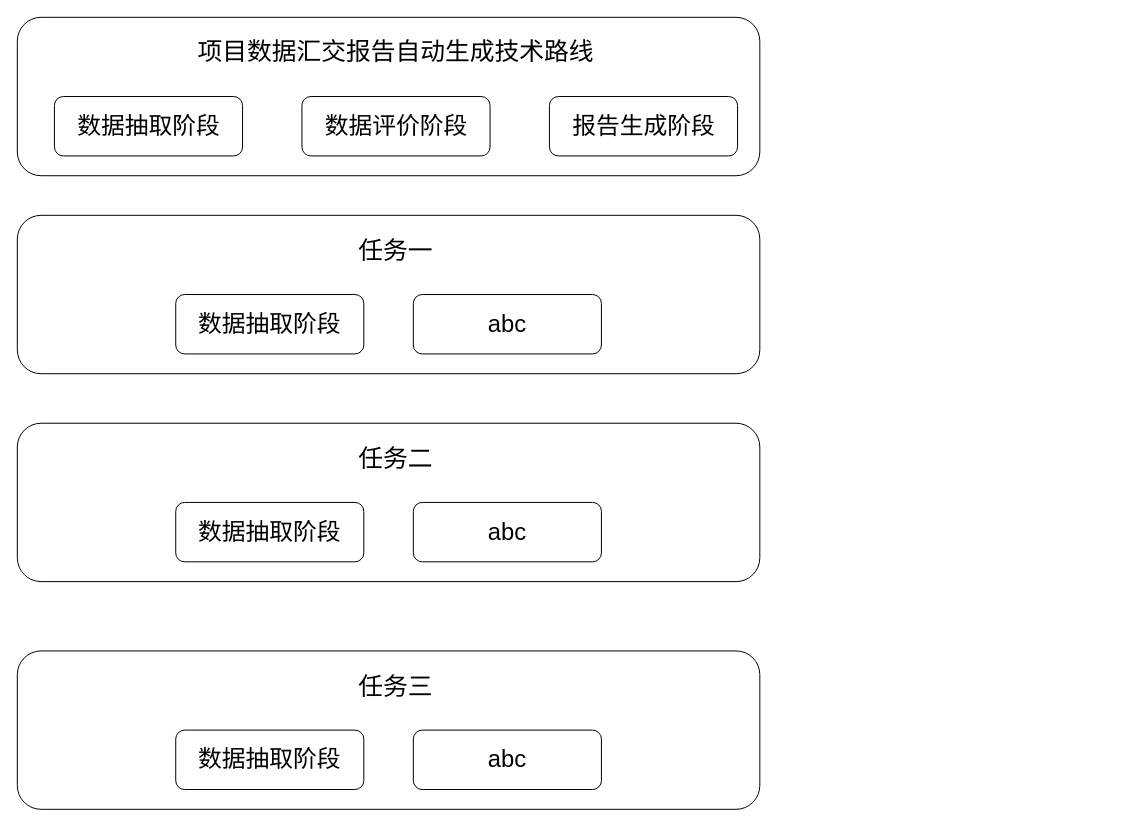
The draw.io diagram data_huijiao.drawio in lengyueit/paper_pic, before the edit. Source tidied: cells renumbered, new cells numbered last; positions are measured from the earlier drawing's top-left corner, leaving out a move shared by most shapes. Both pictures are drawn from the tidied source at 99%, with x=0, y=0 at pixel (17, 17).
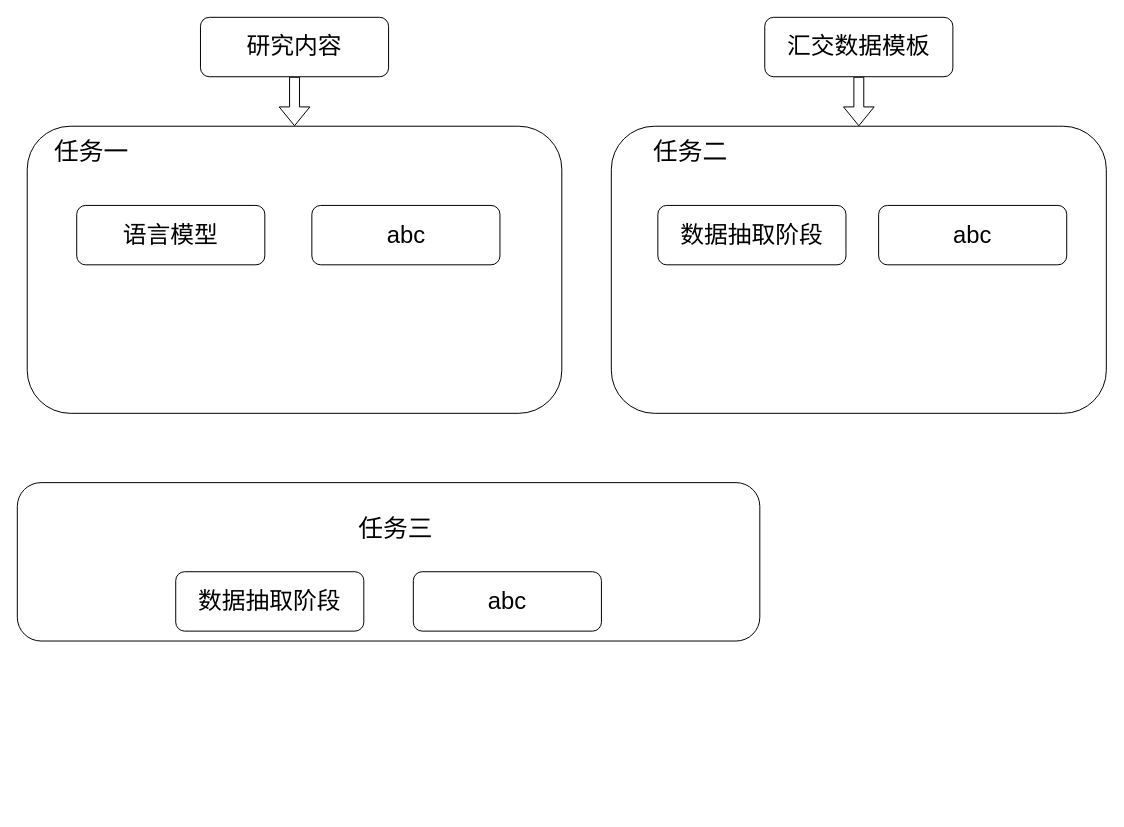
After the change.

Change to the diagram source:
```diff
@@
 <mxGraphModel>
   <root>
     <mxCell id="0" />
     <mxCell id="1" parent="0" />
-    <mxCell id="2" style="rounded=1;whiteSpace=wrap;html=1;" parent="1" vertex="1">
-      <mxGeometry width="750" height="160" as="geometry" />
-    </mxCell>
-    <mxCell id="3" value="&lt;p style=&quot;margin: 0pt 0pt 0.0001pt; text-align: justify;&quot; class=&quot;MsoNormal&quot;&gt;&lt;font face=&quot;Times New Roman&quot; style=&quot;font-size: 24px;&quot;&gt;数据抽取阶段&lt;/font&gt;&lt;/p&gt;" style="rounded=1;whiteSpace=wrap;html=1;" parent="1" vertex="1">
-      <mxGeometry x="37.5" y="80" width="190" height="60" as="geometry" />
-    </mxCell>
-    <mxCell id="4" value="&lt;p style=&quot;margin: 0pt 0pt 0.0001pt; text-align: justify;&quot; class=&quot;MsoNormal&quot;&gt;&lt;font face=&quot;Times New Roman&quot; style=&quot;font-size: 24px;&quot;&gt;数据评价阶段&lt;/font&gt;&lt;/p&gt;" style="rounded=1;whiteSpace=wrap;html=1;" parent="1" vertex="1">
-      <mxGeometry x="287.5" y="80" width="190" height="60" as="geometry" />
-    </mxCell>
-    <mxCell id="5" value="&lt;p style=&quot;margin: 0pt 0pt 0.0001pt; text-align: justify;&quot; class=&quot;MsoNormal&quot;&gt;&lt;font face=&quot;Times New Roman&quot; style=&quot;font-size: 24px;&quot;&gt;报告生成阶段&lt;/font&gt;&lt;/p&gt;" style="rounded=1;whiteSpace=wrap;html=1;" parent="1" vertex="1">
-      <mxGeometry x="537.5" y="80" width="190" height="60" as="geometry" />
-    </mxCell>
-    <mxCell id="6" value="&lt;p style=&quot;margin: 0pt 0pt 0.0001pt; text-align: justify; font-size: 25px;&quot; class=&quot;MsoNormal&quot;&gt;&lt;font style=&quot;font-size: 25px;&quot; face=&quot;Times New Roman&quot;&gt;项目数据汇交报告自动生成&lt;font style=&quot;font-size: 25px;&quot;&gt;技术路线&lt;/font&gt;&lt;/font&gt;&lt;/p&gt;" style="text;html=1;align=center;verticalAlign=middle;whiteSpace=wrap;rounded=0;" parent="1" vertex="1">
-      <mxGeometry x="100" y="20" width="565" height="30" as="geometry" />
-    </mxCell>
     <mxCell id="7" style="rounded=1;whiteSpace=wrap;html=1;" parent="1" vertex="1">
-      <mxGeometry y="200" width="750" height="160" as="geometry" />
+      <mxGeometry x="10" y="110" width="540" height="290" as="geometry" />
     </mxCell>
-    <mxCell id="8" value="&lt;p style=&quot;margin: 0pt 0pt 0.0001pt; text-align: justify;&quot; class=&quot;MsoNormal&quot;&gt;&lt;font face=&quot;等线&quot; style=&quot;font-size: 24px;&quot;&gt;数据抽取阶段&lt;/font&gt;&lt;/p&gt;" style="rounded=1;whiteSpace=wrap;html=1;" parent="1" vertex="1">
-      <mxGeometry x="160" y="280" width="190" height="60" as="geometry" />
+    <mxCell id="8" value="&lt;p style=&quot;margin: 0pt 0pt 0.0001pt; text-align: justify;&quot; class=&quot;MsoNormal&quot;&gt;&lt;font face=&quot;等线&quot; style=&quot;font-size: 24px;&quot;&gt;语言模型&lt;/font&gt;&lt;/p&gt;" style="rounded=1;whiteSpace=wrap;html=1;" parent="1" vertex="1">
+      <mxGeometry x="60" y="190" width="190" height="60" as="geometry" />
     </mxCell>
     <mxCell id="9" value="&lt;p style=&quot;margin: 0pt 0pt 0.0001pt; text-align: justify; font-size: 25px;&quot; class=&quot;MsoNormal&quot;&gt;&lt;font face=&quot;等线&quot;&gt;任务一&lt;/font&gt;&lt;/p&gt;" style="text;html=1;align=center;verticalAlign=middle;whiteSpace=wrap;rounded=0;" parent="1" vertex="1">
-      <mxGeometry x="100" y="220" width="565" height="30" as="geometry" />
+      <mxGeometry x="30" y="120" width="90" height="30" as="geometry" />
     </mxCell>
     <mxCell id="10" value="&lt;p style=&quot;margin: 0pt 0pt 0.0001pt; text-align: justify;&quot; class=&quot;MsoNormal&quot;&gt;&lt;span style=&quot;font-size: 24px;&quot;&gt;&lt;font face=&quot;Arial&quot;&gt;abc&lt;/font&gt;&lt;/span&gt;&lt;/p&gt;" style="rounded=1;whiteSpace=wrap;html=1;" parent="1" vertex="1">
-      <mxGeometry x="400" y="280" width="190" height="60" as="geometry" />
+      <mxGeometry x="297.5" y="190" width="190" height="60" as="geometry" />
     </mxCell>
     <mxCell id="11" style="rounded=1;whiteSpace=wrap;html=1;" parent="1" vertex="1">
-      <mxGeometry y="410" width="750" height="160" as="geometry" />
+      <mxGeometry x="600" y="110" width="500" height="290" as="geometry" />
     </mxCell>
     <mxCell id="12" value="&lt;p style=&quot;margin: 0pt 0pt 0.0001pt; text-align: justify;&quot; class=&quot;MsoNormal&quot;&gt;&lt;font face=&quot;等线&quot; style=&quot;font-size: 24px;&quot;&gt;数据抽取阶段&lt;/font&gt;&lt;/p&gt;" style="rounded=1;whiteSpace=wrap;html=1;" parent="1" vertex="1">
-      <mxGeometry x="160" y="490" width="190" height="60" as="geometry" />
+      <mxGeometry x="647" y="190" width="190" height="60" as="geometry" />
     </mxCell>
     <mxCell id="13" value="&lt;p style=&quot;margin: 0pt 0pt 0.0001pt; text-align: justify; font-size: 25px;&quot; class=&quot;MsoNormal&quot;&gt;&lt;font face=&quot;等线&quot;&gt;任务二&lt;/font&gt;&lt;/p&gt;" style="text;html=1;align=center;verticalAlign=middle;whiteSpace=wrap;rounded=0;" parent="1" vertex="1">
-      <mxGeometry x="100" y="430" width="565" height="30" as="geometry" />
+      <mxGeometry x="620" y="120" width="120" height="30" as="geometry" />
     </mxCell>
     <mxCell id="14" value="&lt;p style=&quot;margin: 0pt 0pt 0.0001pt; text-align: justify;&quot; class=&quot;MsoNormal&quot;&gt;&lt;span style=&quot;font-size: 24px;&quot;&gt;&lt;font face=&quot;Arial&quot;&gt;abc&lt;/font&gt;&lt;/span&gt;&lt;/p&gt;" style="rounded=1;whiteSpace=wrap;html=1;" parent="1" vertex="1">
-      <mxGeometry x="400" y="490" width="190" height="60" as="geometry" />
+      <mxGeometry x="870" y="190" width="190" height="60" as="geometry" />
     </mxCell>
     <mxCell id="15" style="rounded=1;whiteSpace=wrap;html=1;" parent="1" vertex="1">
-      <mxGeometry y="640" width="750" height="160" as="geometry" />
+      <mxGeometry y="470" width="750" height="160" as="geometry" />
     </mxCell>
     <mxCell id="16" value="&lt;p style=&quot;margin: 0pt 0pt 0.0001pt; text-align: justify;&quot; class=&quot;MsoNormal&quot;&gt;&lt;font face=&quot;等线&quot; style=&quot;font-size: 24px;&quot;&gt;数据抽取阶段&lt;/font&gt;&lt;/p&gt;" style="rounded=1;whiteSpace=wrap;html=1;" parent="1" vertex="1">
-      <mxGeometry x="160" y="720" width="190" height="60" as="geometry" />
+      <mxGeometry x="160" y="560" width="190" height="60" as="geometry" />
     </mxCell>
     <mxCell id="17" value="&lt;p style=&quot;margin: 0pt 0pt 0.0001pt; text-align: justify; font-size: 25px;&quot; class=&quot;MsoNormal&quot;&gt;&lt;font face=&quot;等线&quot;&gt;任务三&lt;/font&gt;&lt;/p&gt;" style="text;html=1;align=center;verticalAlign=middle;whiteSpace=wrap;rounded=0;" parent="1" vertex="1">
-      <mxGeometry x="100" y="660" width="565" height="30" as="geometry" />
+      <mxGeometry x="100" y="500" width="565" height="30" as="geometry" />
     </mxCell>
     <mxCell id="18" value="&lt;p style=&quot;margin: 0pt 0pt 0.0001pt; text-align: justify;&quot; class=&quot;MsoNormal&quot;&gt;&lt;span style=&quot;font-size: 24px;&quot;&gt;&lt;font face=&quot;Arial&quot;&gt;abc&lt;/font&gt;&lt;/span&gt;&lt;/p&gt;" style="rounded=1;whiteSpace=wrap;html=1;" parent="1" vertex="1">
-      <mxGeometry x="400" y="720" width="190" height="60" as="geometry" />
+      <mxGeometry x="400" y="560" width="190" height="60" as="geometry" />
     </mxCell>
+    <mxCell id="19" style="edgeStyle=orthogonalEdgeStyle;rounded=0;jettySize=auto;html=1;exitX=0.5;exitY=1;exitDx=0;exitDy=0;entryX=0.5;entryY=0;entryDx=0;entryDy=0;shape=flexArrow;" parent="1" edge="1" source="20" target="7">
+      <mxGeometry relative="1" as="geometry" />
+    </mxCell>
+    <mxCell id="20" value="&lt;font style=&quot;font-size: 24px;&quot; face=&quot;等线&quot;&gt;研究内容&lt;/font&gt;" style="rounded=1;whiteSpace=wrap;html=1;" parent="1" vertex="1">
+      <mxGeometry x="185" width="190" height="60" as="geometry" />
+    </mxCell>
+    <mxCell id="21" style="edgeStyle=orthogonalEdgeStyle;rounded=0;jettySize=auto;html=1;exitX=0.5;exitY=1;exitDx=0;exitDy=0;entryX=0.5;entryY=0;entryDx=0;entryDy=0;shape=flexArrow;" parent="1" edge="1" source="22" target="11">
+      <mxGeometry relative="1" as="geometry" />
+    </mxCell>
+    <mxCell id="22" value="&lt;font style=&quot;font-size: 24px;&quot; face=&quot;等线&quot;&gt;汇交数据模板&lt;/font&gt;" style="rounded=1;whiteSpace=wrap;html=1;" parent="1" vertex="1">
+      <mxGeometry x="755" width="190" height="60" as="geometry" />
+    </mxCell>
   </root>
 </mxGraphModel>
```
